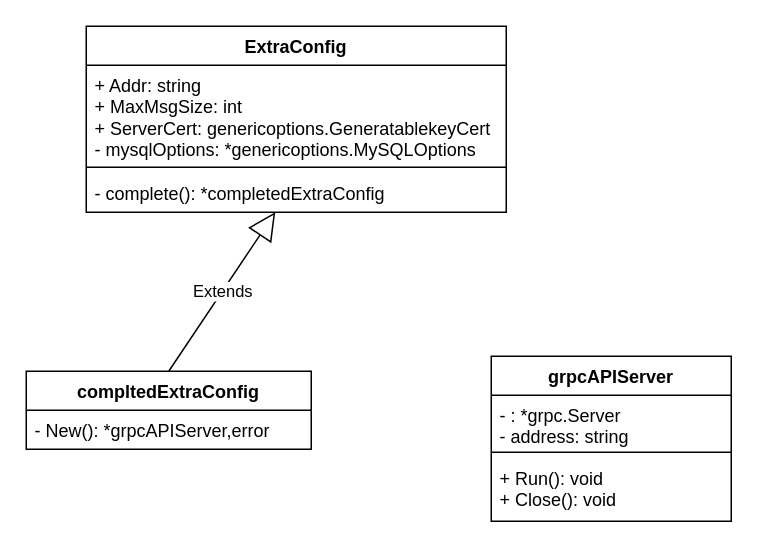
This is 启动流程类图2.drawio from elisaovivo/restful-api-demo, a draw.io file, before an edit. Source tidied: cells renumbered, new cells numbered last; positions are measured from the earlier drawing's top-left corner, leaving out a move shared by most shapes. Both pictures are drawn from the tidied source at 150%, with x=0, y=0 at pixel (26, 26).
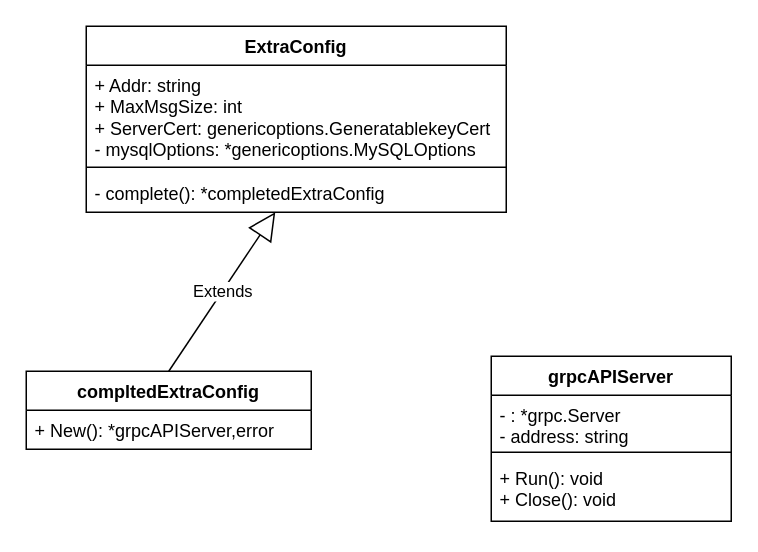
The same page after the edit.

Commit message (it also covers changes not shown here):
更新启动流程类图2.drawio

Diff of the diagram source:
```diff
@@
 <mxGraphModel>
   <root>
     <mxCell id="0" />
     <mxCell id="1" parent="0" />
     <mxCell id="2" value="ExtraConfig" style="swimlane;fontStyle=1;align=center;verticalAlign=top;horizontal=1;startSize=26;whiteSpace=wrap;html=1;" parent="1" vertex="1">
       <mxGeometry x="40" width="280" height="124" as="geometry" />
     </mxCell>
     <mxCell id="3" value="+ Addr: string&lt;br&gt;+ MaxMsgSize: int&lt;br&gt;+ ServerCert: genericoptions.GeneratablekeyCert&lt;br&gt;- mysqlOptions: *genericoptions.MySQLOptions" style="text;strokeColor=none;fillColor=none;align=left;verticalAlign=top;spacingLeft=4;spacingRight=4;overflow=hidden;whiteSpace=wrap;html=1;" parent="2" vertex="1">
       <mxGeometry y="26" width="280" height="64" as="geometry" />
     </mxCell>
     <mxCell id="4" style="line;strokeWidth=1;fillColor=none;align=left;verticalAlign=middle;spacingTop=-1;spacingLeft=3;spacingRight=3;labelPosition=right;strokeColor=inherit;" parent="2" vertex="1">
       <mxGeometry y="90" width="280" height="8" as="geometry" />
     </mxCell>
     <mxCell id="5" value="- complete(): *completedExtraConfig" style="text;strokeColor=none;fillColor=none;align=left;verticalAlign=top;spacingLeft=4;spacingRight=4;overflow=hidden;points=[[0,0.5],[1,0.5]];portConstraint=eastwest;whiteSpace=wrap;html=1;" parent="2" vertex="1">
       <mxGeometry y="98" width="280" height="26" as="geometry" />
     </mxCell>
     <mxCell id="6" value="compltedExtraConfig" style="swimlane;fontStyle=1;align=center;verticalAlign=top;horizontal=1;startSize=26;whiteSpace=wrap;html=1;" parent="1" vertex="1">
       <mxGeometry y="230" width="190" height="52" as="geometry" />
     </mxCell>
-    <mxCell id="7" value="- New(): *grpcAPIServer,error" style="text;strokeColor=none;fillColor=none;align=left;verticalAlign=top;spacingLeft=4;spacingRight=4;overflow=hidden;whiteSpace=wrap;html=1;" parent="6" vertex="1">
+    <mxCell id="7" value="+ New(): *grpcAPIServer,error" style="text;strokeColor=none;fillColor=none;align=left;verticalAlign=top;spacingLeft=4;spacingRight=4;overflow=hidden;whiteSpace=wrap;html=1;" parent="6" vertex="1">
       <mxGeometry y="26" width="190" height="26" as="geometry" />
     </mxCell>
     <mxCell id="8" value="Extends" style="endArrow=block;endSize=16;endFill=0;html=1;rounded=0;exitX=0.5;exitY=0;exitDx=0;exitDy=0;entryX=0.45;entryY=1;entryDx=0;entryDy=0;entryPerimeter=0;" parent="1" edge="1" source="6" target="5">
       <mxGeometry relative="1" as="geometry" />
     </mxCell>
     <mxCell id="9" value="grpcAPIServer" style="swimlane;fontStyle=1;align=center;verticalAlign=top;horizontal=1;startSize=26;whiteSpace=wrap;html=1;" parent="1" vertex="1">
       <mxGeometry x="310" y="220" width="160" height="110" as="geometry" />
     </mxCell>
     <mxCell id="10" value="- : *grpc.Server&lt;br&gt;- address: string" style="text;strokeColor=none;fillColor=none;align=left;verticalAlign=top;spacingLeft=4;spacingRight=4;overflow=hidden;whiteSpace=wrap;html=1;" parent="9" vertex="1">
       <mxGeometry y="26" width="160" height="34" as="geometry" />
     </mxCell>
     <mxCell id="11" style="line;strokeWidth=1;fillColor=none;align=left;verticalAlign=middle;spacingTop=-1;spacingLeft=3;spacingRight=3;labelPosition=right;strokeColor=inherit;" parent="9" vertex="1">
       <mxGeometry y="60" width="160" height="8" as="geometry" />
     </mxCell>
     <mxCell id="12" value="+ Run(): void&lt;br&gt;+ Close(): void" style="text;strokeColor=none;fillColor=none;align=left;verticalAlign=top;spacingLeft=4;spacingRight=4;overflow=hidden;whiteSpace=wrap;html=1;" parent="9" vertex="1">
       <mxGeometry y="68" width="160" height="42" as="geometry" />
     </mxCell>
   </root>
 </mxGraphModel>
```
